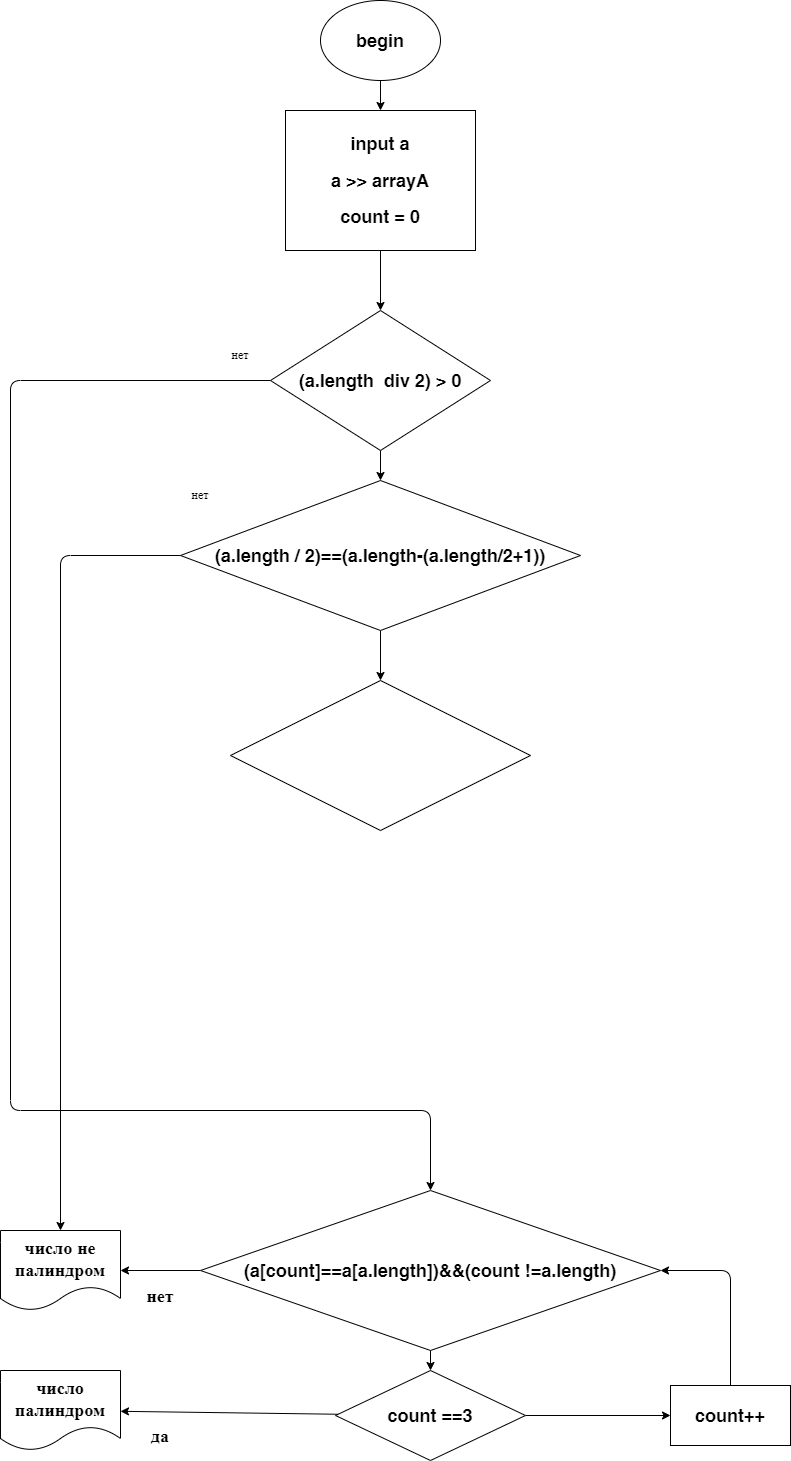
Earlier version of the draw.io export less3exp1/diagram.drawio.png (zhx0891/hwC-). Source tidied: cells renumbered, new cells last; positions are measured from the earlier drawing's top-left corner, leaving out a move shared by most shapes.
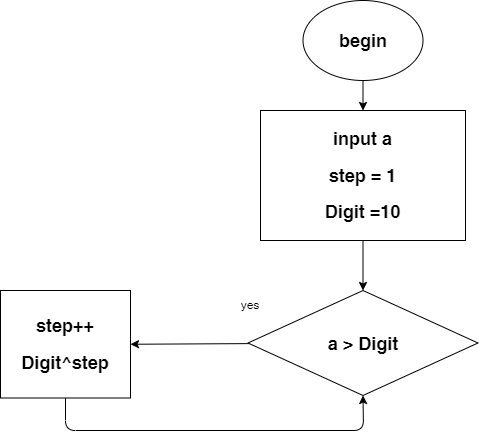
After the commit.

Commit message:
первая задача

Diff of the diagram source:
```diff
@@ -6,90 +6,33 @@
       <mxGeometry relative="1" as="geometry" />
     </mxCell>
     <mxCell id="3" value="&lt;h2&gt;begin&lt;/h2&gt;" style="ellipse;whiteSpace=wrap;html=1;" parent="1" vertex="1">
-      <mxGeometry x="320" width="120" height="80" as="geometry" />
+      <mxGeometry x="312.5" width="120" height="80" as="geometry" />
     </mxCell>
-    <mxCell id="4" style="edgeStyle=none;html=1;entryX=0.5;entryY=0;entryDx=0;entryDy=0;" parent="1" edge="1" source="5" target="20">
-      <mxGeometry relative="1" as="geometry" />
-    </mxCell>
+    <mxCell id="27" style="edgeStyle=none;html=1;" parent="1" edge="1" source="5" target="23">
+      <mxGeometry relative="1" as="geometry" />
+    </mxCell>
-    <mxCell id="5" value="&lt;h2&gt;input a&lt;/h2&gt;&lt;h2&gt;a &amp;gt;&amp;gt; arrayA&lt;/h2&gt;&lt;h2&gt;count = 0&lt;/h2&gt;" style="rounded=0;whiteSpace=wrap;html=1;" parent="1" vertex="1">
-      <mxGeometry x="285" y="110" width="190" height="140" as="geometry" />
+    <mxCell id="5" value="&lt;h2&gt;input a&lt;/h2&gt;&lt;h2&gt;step = 1&lt;/h2&gt;&lt;h2&gt;Digit =10&lt;/h2&gt;" style="rounded=0;whiteSpace=wrap;html=1;" parent="1" vertex="1">
+      <mxGeometry x="270" y="110" width="205" height="130" as="geometry" />
     </mxCell>
-    <mxCell id="6" value="&lt;h2&gt;нет&lt;/h2&gt;" style="text;html=1;strokeColor=none;fillColor=none;align=center;verticalAlign=middle;whiteSpace=wrap;rounded=0;" parent="1" vertex="1">
-      <mxGeometry x="130" y="1280" width="60" height="30" as="geometry" />
-    </mxCell>
-    <mxCell id="7" style="edgeStyle=none;html=1;exitX=0;exitY=0.5;exitDx=0;exitDy=0;entryX=1;entryY=0.5;entryDx=0;entryDy=0;" parent="1" edge="1" source="9" target="10">
-      <mxGeometry relative="1" as="geometry" />
-    </mxCell>
-    <mxCell id="8" style="edgeStyle=none;html=1;entryX=0.5;entryY=0;entryDx=0;entryDy=0;" parent="1" edge="1" source="9" target="13">
-      <mxGeometry relative="1" as="geometry" />
-    </mxCell>
-    <mxCell id="9" value="&lt;h2&gt;(a[count]==a[a.length])&amp;amp;&amp;amp;(count !=a.length)&lt;/h2&gt;" style="rhombus;whiteSpace=wrap;html=1;rounded=0;" parent="1" vertex="1">
-      <mxGeometry x="200" y="1190" width="460" height="160" as="geometry" />
-    </mxCell>
-    <mxCell id="10" value="&lt;h2&gt;число не палиндром&lt;/h2&gt;" style="shape=document;whiteSpace=wrap;html=1;boundedLbl=1;" parent="1" vertex="1">
-      <mxGeometry y="1230" width="120" height="80" as="geometry" />
-    </mxCell>
-    <mxCell id="11" style="edgeStyle=none;html=1;" parent="1" edge="1" source="13" target="14">
-      <mxGeometry relative="1" as="geometry" />
-    </mxCell>
-    <mxCell id="12" style="edgeStyle=none;html=1;entryX=0;entryY=0.5;entryDx=0;entryDy=0;" parent="1" edge="1" source="13" target="17">
-      <mxGeometry relative="1" as="geometry" />
-    </mxCell>
-    <mxCell id="13" value="&lt;h2&gt;count ==3&lt;/h2&gt;" style="rhombus;whiteSpace=wrap;html=1;" parent="1" vertex="1">
-      <mxGeometry x="335" y="1370" width="190" height="90" as="geometry" />
-    </mxCell>
-    <mxCell id="14" value="&lt;h2&gt;число палиндром&lt;/h2&gt;" style="shape=document;whiteSpace=wrap;html=1;boundedLbl=1;" parent="1" vertex="1">
-      <mxGeometry y="1370" width="120" height="80" as="geometry" />
-    </mxCell>
-    <mxCell id="15" value="&lt;h2&gt;да&lt;/h2&gt;" style="text;html=1;strokeColor=none;fillColor=none;align=center;verticalAlign=middle;whiteSpace=wrap;rounded=0;" parent="1" vertex="1">
-      <mxGeometry x="130" y="1420" width="60" height="30" as="geometry" />
-    </mxCell>
-    <mxCell id="16" style="edgeStyle=none;html=1;entryX=1;entryY=0.5;entryDx=0;entryDy=0;" parent="1" edge="1" source="17" target="9">
-      <mxGeometry relative="1" as="geometry">
-        <Array as="points">
-          <mxPoint x="730" y="1270" />
-        </Array>
-      </mxGeometry>
-    </mxCell>
-    <mxCell id="17" value="&lt;h2&gt;count++&lt;/h2&gt;" style="rounded=0;whiteSpace=wrap;html=1;" parent="1" vertex="1">
-      <mxGeometry x="670" y="1385" width="120" height="60" as="geometry" />
-    </mxCell>
-    <mxCell id="18" style="edgeStyle=none;html=1;entryX=0.5;entryY=0;entryDx=0;entryDy=0;" parent="1" edge="1" source="20" target="9">
-      <mxGeometry relative="1" as="geometry">
-        <Array as="points">
-          <mxPoint x="10" y="380" />
-          <mxPoint x="10" y="1110" />
-          <mxPoint x="430" y="1110" />
-        </Array>
-      </mxGeometry>
-    </mxCell>
-    <mxCell id="19" style="edgeStyle=none;html=1;" parent="1" edge="1" source="20" target="24">
-      <mxGeometry relative="1" as="geometry" />
-    </mxCell>
-    <mxCell id="20" value="&lt;h2&gt;(a.length&amp;nbsp; div 2) &amp;gt; 0&lt;/h2&gt;" style="rhombus;whiteSpace=wrap;html=1;" parent="1" vertex="1">
-      <mxGeometry x="270" y="310" width="220" height="140" as="geometry" />
-    </mxCell>
-    <mxCell id="21" value="нет" style="text;html=1;strokeColor=none;fillColor=none;align=center;verticalAlign=middle;whiteSpace=wrap;rounded=0;" parent="1" vertex="1">
-      <mxGeometry x="210" y="340" width="60" height="30" as="geometry" />
-    </mxCell>
-    <mxCell id="22" style="edgeStyle=none;html=1;entryX=0.5;entryY=0;entryDx=0;entryDy=0;" parent="1" edge="1" source="24" target="10">
-      <mxGeometry relative="1" as="geometry">
-        <Array as="points">
-          <mxPoint x="60" y="555" />
-        </Array>
-      </mxGeometry>
-    </mxCell>
+    <mxCell id="28" style="edgeStyle=none;html=1;entryX=1;entryY=0.5;entryDx=0;entryDy=0;" parent="1" edge="1" source="23" target="31">
+      <mxGeometry relative="1" as="geometry" />
+    </mxCell>
-    <mxCell id="23" style="edgeStyle=none;html=1;entryX=0.5;entryY=0;entryDx=0;entryDy=0;" parent="1" edge="1" source="24" target="26">
-      <mxGeometry relative="1" as="geometry" />
+    <mxCell id="23" value="&lt;h2&gt;a &amp;gt; Digit&lt;/h2&gt;" style="rhombus;whiteSpace=wrap;html=1;rounded=0;" parent="1" vertex="1">
+      <mxGeometry x="257.5" y="290" width="230" height="105" as="geometry" />
     </mxCell>
-    <mxCell id="24" value="&lt;h2&gt;(a.length / 2)==(a.length-(a.length/2+1))&lt;/h2&gt;" style="rhombus;whiteSpace=wrap;html=1;" parent="1" vertex="1">
-      <mxGeometry x="180" y="480" width="400" height="150" as="geometry" />
-    </mxCell>
-    <mxCell id="25" value="нет" style="text;html=1;strokeColor=none;fillColor=none;align=center;verticalAlign=middle;whiteSpace=wrap;rounded=0;" parent="1" vertex="1">
-      <mxGeometry x="170" y="480" width="60" height="30" as="geometry" />
-    </mxCell>
-    <mxCell id="26" value="&lt;h2&gt;&lt;br&gt;&lt;/h2&gt;" style="rhombus;whiteSpace=wrap;html=1;" parent="1" vertex="1">
-      <mxGeometry x="230" y="680" width="300" height="150" as="geometry" />
-    </mxCell>
+    <mxCell id="29" value="yes" style="text;html=1;strokeColor=none;fillColor=none;align=center;verticalAlign=middle;whiteSpace=wrap;rounded=0;" parent="1" vertex="1">
+      <mxGeometry x="230" y="290" width="60" height="30" as="geometry" />
+    </mxCell>
+    <mxCell id="30" style="edgeStyle=none;html=1;entryX=0.5;entryY=1;entryDx=0;entryDy=0;" parent="1" edge="1" source="31" target="23">
+      <mxGeometry relative="1" as="geometry">
+        <Array as="points">
+          <mxPoint x="75" y="430" />
+          <mxPoint x="373" y="430" />
+        </Array>
+      </mxGeometry>
+    </mxCell>
+    <mxCell id="31" value="&lt;h2&gt;step++&lt;/h2&gt;&lt;h2&gt;Digit^step&lt;/h2&gt;" style="rounded=0;whiteSpace=wrap;html=1;" parent="1" vertex="1">
+      <mxGeometry x="10" y="290" width="130" height="107.5" as="geometry" />
+    </mxCell>
   </root>
 </mxGraphModel>
```
